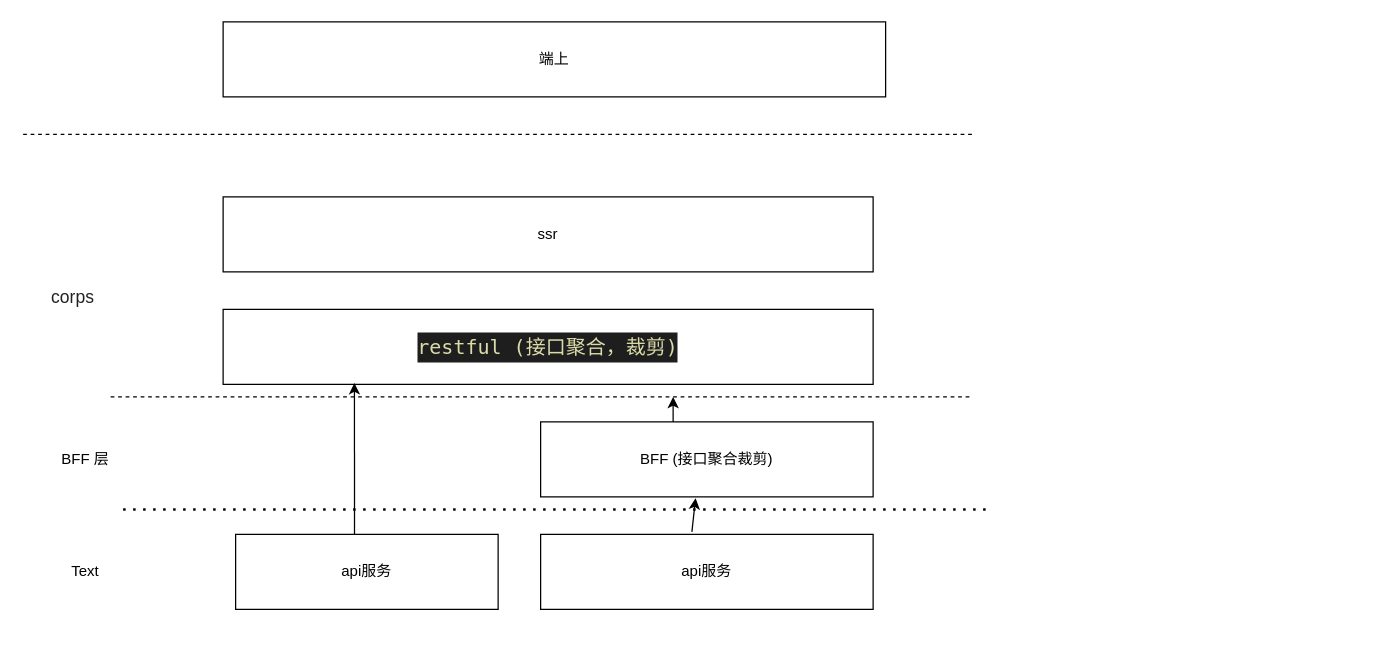
Before: 测试2.drawio in xiexinhong/diagrams, a draw.io diagram. Source tidied: cells renumbered, new cells numbered last; positions are measured from the earlier drawing's top-left corner, leaving out a move shared by most shapes. Both pictures are drawn from the tidied source at 125%, with x=0, y=0 at pixel (22, 21).
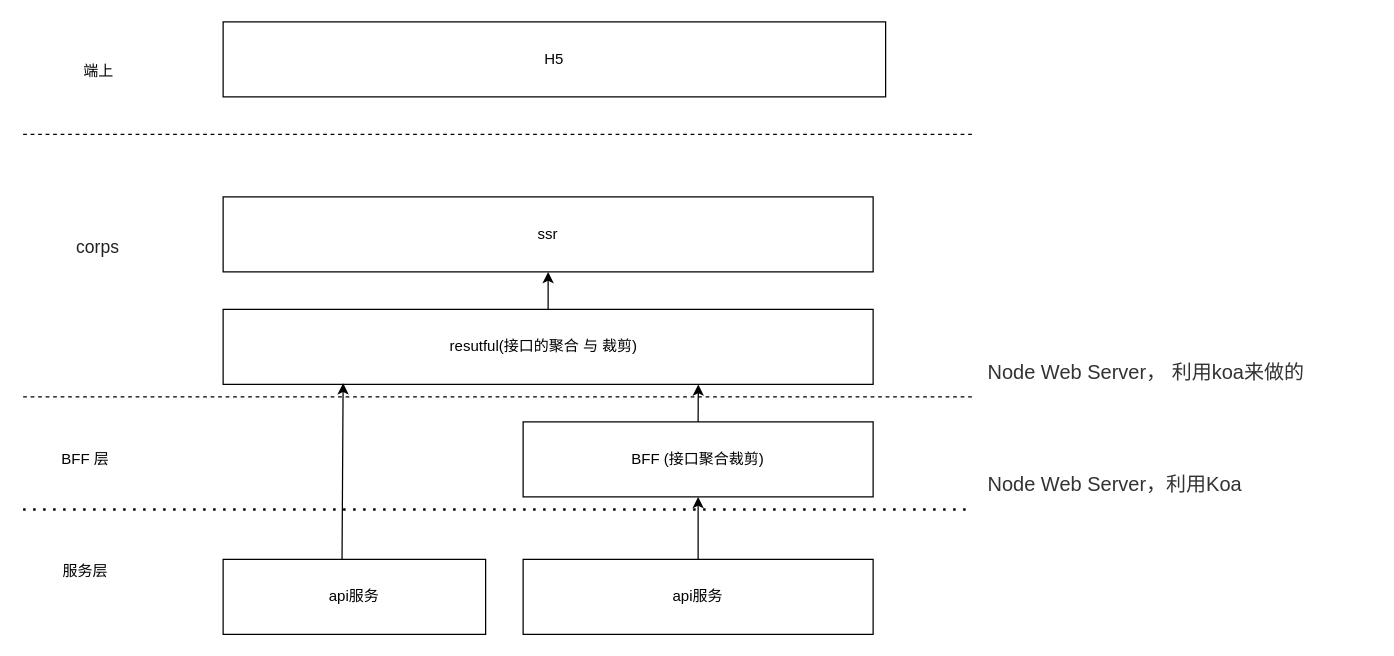
After the change.

The change refers to these unchanged cells:
```xml
<mxCell id="2" value="ssr" style="rounded=0;whiteSpace=wrap;html=1;" parent="1" vertex="1">
  <mxGeometry x="160" y="140" width="520" height="60" as="geometry" />
</mxCell>
```

Diff of the diagram source:
```diff
@@
-    <mxCell id="3" value="&lt;div style=&quot;background-color: rgb(30 , 30 , 30) ; font-family: &amp;#34;menlo&amp;#34; , &amp;#34;monaco&amp;#34; , &amp;#34;courier new&amp;#34; , monospace ; font-size: 16px ; line-height: 24px&quot;&gt;&lt;font color=&quot;#dcdcaa&quot;&gt;restful (接口聚合，裁剪)&lt;/font&gt;&lt;/div&gt;" style="rounded=0;whiteSpace=wrap;html=1;" parent="1" vertex="1">
+    <mxCell id="3" value="resutful(接口的聚合 与 裁剪)&amp;nbsp;&amp;nbsp;" style="rounded=0;whiteSpace=wrap;html=1;" parent="1" vertex="1">
       <mxGeometry x="160" y="230" width="520" height="60" as="geometry" />
     </mxCell>
     <mxCell id="4" value="BFF (接口聚合裁剪)" style="rounded=0;whiteSpace=wrap;html=1;" parent="1" vertex="1">
-      <mxGeometry x="414" y="320" width="266" height="60" as="geometry" />
+      <mxGeometry x="400" y="320" width="280" height="60" as="geometry" />
     </mxCell>
     <mxCell id="5" value="api服务" style="rounded=0;whiteSpace=wrap;html=1;" parent="1" vertex="1">
-      <mxGeometry x="170" y="410" width="210" height="60" as="geometry" />
+      <mxGeometry x="160" y="430" width="210" height="60" as="geometry" />
     </mxCell>
     <mxCell id="6" value="api服务" style="rounded=0;whiteSpace=wrap;html=1;" parent="1" vertex="1">
-      <mxGeometry x="414" y="410" width="266" height="60" as="geometry" />
+      <mxGeometry x="400" y="430" width="280" height="60" as="geometry" />
     </mxCell>
     <mxCell id="7" style="endArrow=none;dashed=1;html=1;" parent="1" edge="1">
       <mxGeometry relative="1" as="geometry">
-        <mxPoint x="70" y="300" as="sourcePoint" />
+        <mxPoint y="300" as="sourcePoint" />
         <mxPoint x="760" y="300" as="targetPoint" />
       </mxGeometry>
     </mxCell>
     <mxCell id="8" style="endArrow=none;dashed=1;html=1;dashPattern=1 3;strokeWidth=2;" parent="1" edge="1">
       <mxGeometry relative="1" as="geometry">
-        <mxPoint x="80" y="390" as="sourcePoint" />
-        <mxPoint x="770" y="390" as="targetPoint" />
+        <mxPoint y="390" as="sourcePoint" />
+        <mxPoint x="760" y="390" as="targetPoint" />
       </mxGeometry>
     </mxCell>
-    <mxCell id="9" style="endArrow=classic;html=1;entryX=0.202;entryY=0.983;entryDx=0;entryDy=0;entryPerimeter=0;exitX=0.453;exitY=0;exitDx=0;exitDy=0;exitPerimeter=0;" parent="1" edge="1" source="5" target="3">
-      <mxGeometry relative="1" as="geometry" />
+    <mxCell id="9" style="endArrow=classic;html=1;exitX=0.453;exitY=0;exitDx=0;exitDy=0;exitPerimeter=0;" parent="1" edge="1" source="5">
+      <mxGeometry relative="1" as="geometry">
+        <mxPoint x="256" y="289" as="targetPoint" />
+      </mxGeometry>
     </mxCell>
-    <mxCell id="10" style="endArrow=classic;html=1;" parent="1" edge="1">
-      <mxGeometry relative="1" as="geometry">
-        <mxPoint x="520" y="320" as="sourcePoint" />
-        <mxPoint x="520" y="300" as="targetPoint" />
-      </mxGeometry>
+    <mxCell id="10" style="endArrow=classic;html=1;entryX=0.731;entryY=1;entryDx=0;entryDy=0;exitX=0.5;exitY=0;exitDx=0;exitDy=0;entryPerimeter=0;" parent="1" edge="1" source="4" target="3">
+      <mxGeometry relative="1" as="geometry" />
     </mxCell>
-    <mxCell id="11" style="endArrow=classic;html=1;entryX=0.466;entryY=1.017;entryDx=0;entryDy=0;entryPerimeter=0;exitX=0.455;exitY=-0.033;exitDx=0;exitDy=0;exitPerimeter=0;" parent="1" edge="1" source="6" target="4">
+    <mxCell id="11" style="endArrow=classic;html=1;entryX=0.5;entryY=1;entryDx=0;entryDy=0;exitX=0.5;exitY=0;exitDx=0;exitDy=0;" parent="1" edge="1" source="6" target="4">
       <mxGeometry relative="1" as="geometry" />
     </mxCell>
     <mxCell id="12" value="&lt;span style=&quot;color: rgba(0 , 0 , 0 , 0.87) ; font-family: &amp;#34;helvetica neue&amp;#34; , &amp;#34;helvetica&amp;#34; , &amp;#34;apple color emoji&amp;#34; , &amp;#34;segoe ui emoji&amp;#34; , &amp;#34;segoe ui symbol&amp;#34; , &amp;#34;arial&amp;#34; , &amp;#34;pingfang sc&amp;#34; , &amp;#34;heiti sc&amp;#34; , &amp;#34;hiragino sans gb&amp;#34; , &amp;#34;microsoft yahei&amp;#34; , , sans-serif ; font-size: 14px ; background-color: rgb(255 , 255 , 255)&quot;&gt;corps&lt;/span&gt;" style="text;html=1;strokeColor=none;fillColor=none;align=center;verticalAlign=middle;whiteSpace=wrap;rounded=0;" parent="1" vertex="1">
-      <mxGeometry x="20" y="210" width="40" height="20" as="geometry" />
+      <mxGeometry x="40" y="170" width="40" height="20" as="geometry" />
     </mxCell>
@@
-    <mxCell id="14" value="Text" style="text;html=1;strokeColor=none;fillColor=none;align=center;verticalAlign=middle;whiteSpace=wrap;rounded=0;" parent="1" vertex="1">
+    <mxCell id="14" value="服务层" style="text;html=1;strokeColor=none;fillColor=none;align=center;verticalAlign=middle;whiteSpace=wrap;rounded=0;" parent="1" vertex="1">
       <mxGeometry x="30" y="430" width="40" height="20" as="geometry" />
     </mxCell>
-    <mxCell id="15" value="端上" style="rounded=0;whiteSpace=wrap;html=1;" parent="1" vertex="1">
+    <mxCell id="15" value="H5" style="rounded=0;whiteSpace=wrap;html=1;" parent="1" vertex="1">
       <mxGeometry x="160" width="530" height="60" as="geometry" />
     </mxCell>
@@
+    <mxCell id="17" style="endArrow=classic;html=1;entryX=0.5;entryY=1;entryDx=0;entryDy=0;" parent="1" edge="1" target="2">
+      <mxGeometry relative="1" as="geometry">
+        <mxPoint x="420" y="230" as="sourcePoint" />
+      </mxGeometry>
+    </mxCell>
+    <mxCell id="18" value="端上" style="text;html=1;align=center;verticalAlign=middle;strokeColor=none;" parent="1" vertex="1">
+      <mxGeometry x="40" y="30" width="40" height="20" as="geometry" />
+    </mxCell>
+    <mxCell id="19" value="&lt;span style=&quot;color: rgb(51 , 51 , 51) ; background-color: rgb(255 , 255 , 255)&quot;&gt;&lt;font style=&quot;font-size: 16px&quot;&gt;Node Web Server， 利用koa来做的&lt;/font&gt;&lt;/span&gt;" style="text;html=1;strokeColor=none;fillColor=none;align=left;verticalAlign=middle;whiteSpace=wrap;rounded=0;" parent="1" vertex="1">
+      <mxGeometry x="770" y="270" width="310" height="20" as="geometry" />
+    </mxCell>
+    <mxCell id="20" value="&lt;span style=&quot;color: rgb(51 , 51 , 51) ; background-color: rgb(255 , 255 , 255)&quot;&gt;&lt;font style=&quot;font-size: 16px&quot;&gt;Node Web Server，利用Koa&amp;nbsp;&lt;/font&gt;&lt;/span&gt;" style="text;html=1;strokeColor=none;fillColor=none;align=left;verticalAlign=middle;whiteSpace=wrap;rounded=0;" parent="1" vertex="1">
+      <mxGeometry x="770" y="360" width="310" height="20" as="geometry" />
+    </mxCell>
```
